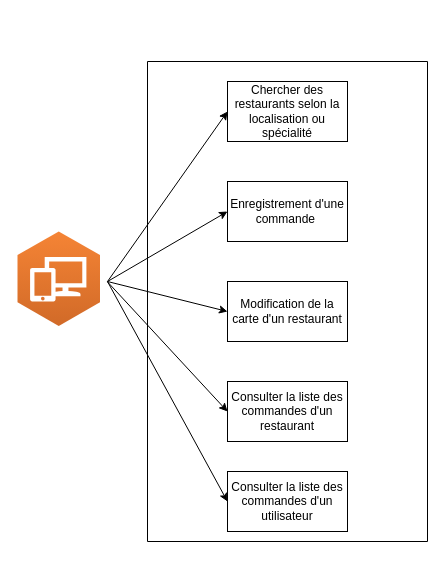
TheAIWizard/Ensaeats keeps this draw.io diagram as diagramme_utilisation_API.drawio. Above is the earlier version. Source tidied: cells renumbered, new cells numbered last; positions are measured from the earlier drawing's top-left corner, leaving out a move shared by most shapes. Both pictures are drawn from the tidied source at 100%, with x=0, y=0 at pixel (17, 61).
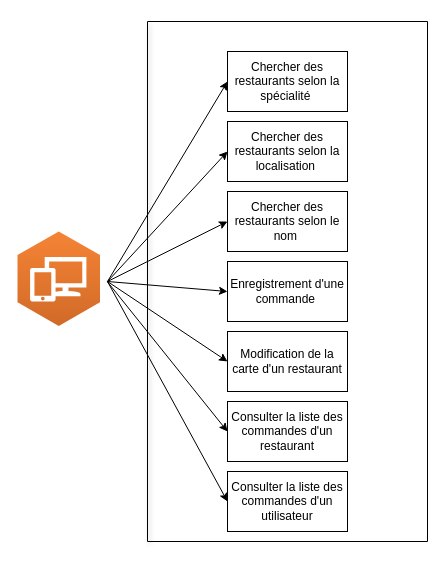
After the change.

Commit message (it also covers changes not shown here):
modif diagramme pour projet inter

Diff of the diagram source:
```diff
@@
-    <mxCell id="2" style="endArrow=none;html=1;" parent="1" edge="1">
+    <mxCell id="2" style="endArrow=none;html=1;shadow=1;" parent="1" edge="1">
       <mxGeometry relative="1" as="geometry">
         <mxPoint x="130" y="480" as="sourcePoint" />
-        <mxPoint x="130" as="targetPoint" />
+        <mxPoint x="130" y="-40" as="targetPoint" />
       </mxGeometry>
     </mxCell>
@@
     <mxCell id="4" value="Enregistrement d'une commande&amp;nbsp;" style="rounded=0;whiteSpace=wrap;html=1;" parent="1" vertex="1">
-      <mxGeometry x="210" y="120" width="120" height="60" as="geometry" />
+      <mxGeometry x="210" y="200" width="120" height="60" as="geometry" />
     </mxCell>
     <mxCell id="5" value="Modification de la carte d'un restaurant&lt;br&gt;" style="rounded=0;whiteSpace=wrap;html=1;" parent="1" vertex="1">
-      <mxGeometry x="210" y="220" width="120" height="60" as="geometry" />
+      <mxGeometry x="210" y="270" width="120" height="60" as="geometry" />
     </mxCell>
@@
     <mxCell id="8" value="Consulter la liste des commandes d'un restaurant" style="rounded=0;whiteSpace=wrap;html=1;" parent="1" vertex="1">
-      <mxGeometry x="210" y="320" width="120" height="60" as="geometry" />
+      <mxGeometry x="210" y="340" width="120" height="60" as="geometry" />
     </mxCell>
@@
-    <mxCell id="10" value="Chercher des restaurants selon la localisation ou spécialité" style="rounded=0;whiteSpace=wrap;html=1;" parent="1" vertex="1">
-      <mxGeometry x="210" y="20" width="120" height="60" as="geometry" />
+    <mxCell id="10" value="Chercher des restaurants selon la localisation&amp;nbsp;" style="rounded=0;whiteSpace=wrap;html=1;" parent="1" vertex="1">
+      <mxGeometry x="210" y="60" width="120" height="60" as="geometry" />
     </mxCell>
@@
     <mxCell id="14" style="endArrow=none;html=1;" parent="1" edge="1">
       <mxGeometry relative="1" as="geometry">
         <mxPoint x="410" y="480" as="sourcePoint" />
-        <mxPoint x="410" as="targetPoint" />
+        <mxPoint x="410" y="-40" as="targetPoint" />
       </mxGeometry>
     </mxCell>
     <mxCell id="15" style="endArrow=none;html=1;" parent="1" edge="1">
       <mxGeometry relative="1" as="geometry">
-        <mxPoint x="130" as="sourcePoint" />
-        <mxPoint x="410" as="targetPoint" />
+        <mxPoint x="130" y="-40" as="sourcePoint" />
+        <mxPoint x="410" y="-40" as="targetPoint" />
         <Array as="points">
-          <mxPoint x="130" />
+          <mxPoint x="130" y="-40" />
         </Array>
       </mxGeometry>
     </mxCell>
@@
+    <mxCell id="17" style="endArrow=classic;html=1;entryX=0;entryY=0.5;entryDx=0;entryDy=0;" parent="1" edge="1" target="18">
+      <mxGeometry relative="1" as="geometry">
+        <mxPoint x="90" y="220" as="sourcePoint" />
+      </mxGeometry>
+    </mxCell>
+    <mxCell id="18" value="Chercher des restaurants selon le nom&amp;nbsp;" style="rounded=0;whiteSpace=wrap;html=1;" parent="1" vertex="1">
+      <mxGeometry x="210" y="130" width="120" height="60" as="geometry" />
+    </mxCell>
+    <mxCell id="19" value="Chercher des restaurants selon la spécialité&amp;nbsp;" style="rounded=0;whiteSpace=wrap;html=1;" parent="1" vertex="1">
+      <mxGeometry x="210" y="-10" width="120" height="60" as="geometry" />
+    </mxCell>
+    <mxCell id="20" style="endArrow=classic;html=1;entryX=0;entryY=0.5;entryDx=0;entryDy=0;" parent="1" edge="1" target="19">
+      <mxGeometry relative="1" as="geometry">
+        <mxPoint x="90" y="220" as="sourcePoint" />
+      </mxGeometry>
+    </mxCell>
```
